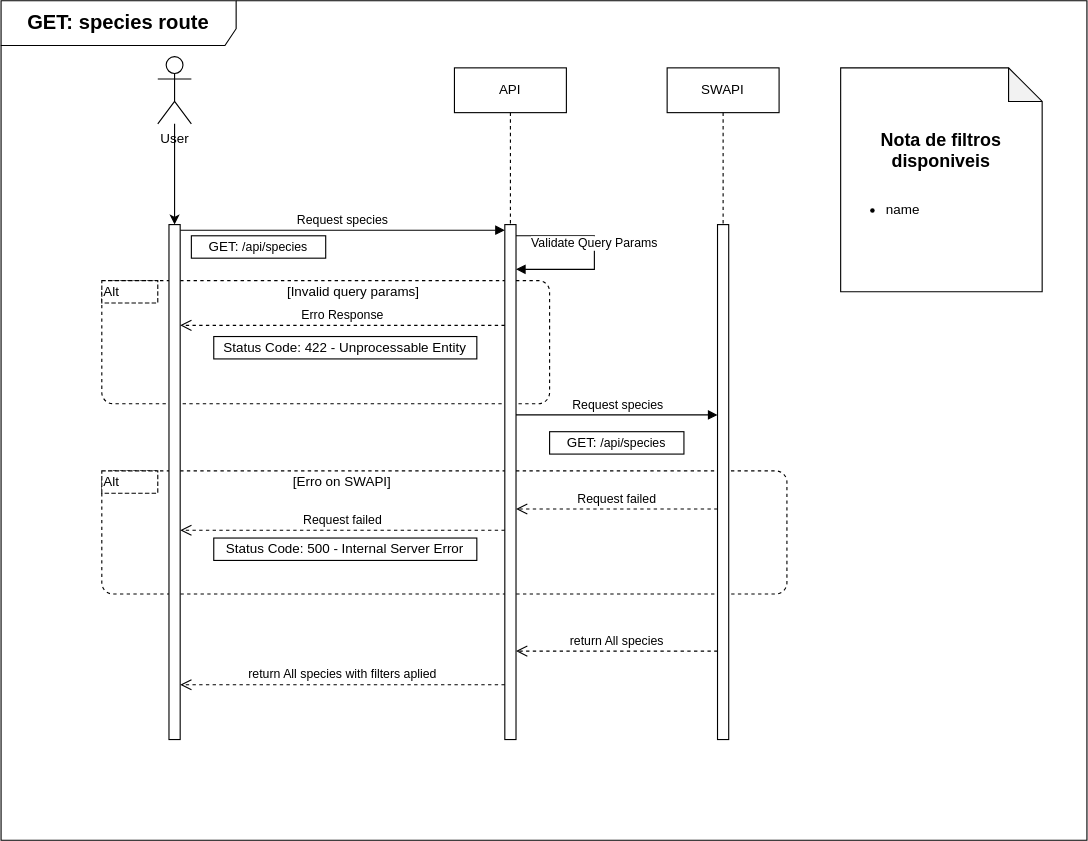
Above: docs/diagrams/Diagrama de rotas species.svg in KhovetS2/starwars-api (draw.io), before the change. Source tidied: cells renumbered, new cells last; positions are measured from the earlier drawing's top-left corner, leaving out a move shared by most shapes. Its diagram source:
```xml
<mxGraphModel>
  <root>
    <mxCell id="0" />
    <mxCell id="1" parent="0" />
    <mxCell id="2" style="html=1;align=center;verticalAlign=top;rounded=1;absoluteArcSize=1;arcSize=20;dashed=1;whiteSpace=wrap;fillColor=none;" parent="1" vertex="1">
      <mxGeometry x="90" y="420" width="612" height="110" as="geometry" />
    </mxCell>
    <mxCell id="3" style="html=1;align=center;verticalAlign=top;rounded=1;absoluteArcSize=1;arcSize=20;dashed=1;whiteSpace=wrap;fillColor=none;" parent="1" vertex="1">
      <mxGeometry x="90" y="250" width="400" height="110" as="geometry" />
    </mxCell>
    <mxCell id="4" style="html=1;points=[[0,0,0,0,5],[0,1,0,0,-5],[1,0,0,0,5],[1,1,0,0,-5]];perimeter=orthogonalPerimeter;outlineConnect=0;targetShapes=umlLifeline;portConstraint=eastwest;newEdgeStyle={&quot;curved&quot;:0,&quot;rounded&quot;:0};" parent="1" vertex="1">
      <mxGeometry x="450" y="200" width="10" height="460" as="geometry" />
    </mxCell>
    <mxCell id="5" value="Request species" style="html=1;verticalAlign=bottom;endArrow=block;curved=0;rounded=0;entryX=0;entryY=0;entryDx=0;entryDy=5;" parent="1" edge="1" source="14" target="4">
      <mxGeometry relative="1" as="geometry" />
    </mxCell>
    <mxCell id="6" value="return All species&amp;nbsp;with filters aplied" style="html=1;verticalAlign=bottom;endArrow=open;dashed=1;endSize=8;curved=0;rounded=0;" parent="1" edge="1">
      <mxGeometry relative="1" as="geometry">
        <mxPoint x="450" y="611" as="sourcePoint" />
        <mxPoint x="160" y="611" as="targetPoint" />
      </mxGeometry>
    </mxCell>
    <mxCell id="7" style="html=1;perimeter=orthogonalPerimeter;targetShapes=umlLifeline;newEdgeStyle={&quot;curved&quot;:0,&quot;rounded&quot;:0};" parent="1" vertex="1">
      <mxGeometry x="640" y="200" width="10" height="460" as="geometry" />
    </mxCell>
    <mxCell id="8" value="Request species" style="html=1;verticalAlign=bottom;endArrow=block;curved=0;rounded=0;" parent="1" edge="1">
      <mxGeometry x="0.01" relative="1" as="geometry">
        <mxPoint x="460" y="370" as="sourcePoint" />
        <mxPoint x="640" y="370" as="targetPoint" />
      </mxGeometry>
    </mxCell>
    <mxCell id="9" value="return All species" style="html=1;verticalAlign=bottom;endArrow=open;dashed=1;endSize=8;curved=0;rounded=0;" parent="1" edge="1">
      <mxGeometry relative="1" as="geometry">
        <mxPoint x="640" y="581" as="sourcePoint" />
        <mxPoint x="460" y="581" as="targetPoint" />
      </mxGeometry>
    </mxCell>
    <mxCell id="10" value="API" style="shape=umlLifeline;perimeter=lifelinePerimeter;whiteSpace=wrap;html=1;newEdgeStyle={&quot;curved&quot;:0,&quot;rounded&quot;:0};" parent="1" vertex="1">
      <mxGeometry x="405" y="60" width="100" height="140" as="geometry" />
    </mxCell>
    <mxCell id="11" value="SWAPI" style="shape=umlLifeline;perimeter=lifelinePerimeter;whiteSpace=wrap;html=1;newEdgeStyle={&quot;curved&quot;:0,&quot;rounded&quot;:0};" parent="1" vertex="1">
      <mxGeometry x="595" y="60" width="100" height="140" as="geometry" />
    </mxCell>
    <mxCell id="12" style="edgeStyle=orthogonalEdgeStyle;rounded=0;jettySize=auto;html=1;" parent="1" edge="1" source="13" target="14">
      <mxGeometry relative="1" as="geometry">
        <Array as="points">
          <mxPoint x="160" y="80" />
          <mxPoint x="160" y="405" />
        </Array>
      </mxGeometry>
    </mxCell>
    <mxCell id="13" value="User&lt;div&gt;&lt;br&gt;&lt;/div&gt;" style="shape=umlActor;verticalLabelPosition=bottom;verticalAlign=top;html=1;" parent="1" vertex="1">
      <mxGeometry x="140" y="50" width="30" height="60" as="geometry" />
    </mxCell>
    <mxCell id="14" style="html=1;points=[[0,0,0,0,5],[0,1,0,0,-5],[1,0,0,0,5],[1,1,0,0,-5]];perimeter=orthogonalPerimeter;outlineConnect=0;targetShapes=umlLifeline;portConstraint=eastwest;newEdgeStyle={&quot;curved&quot;:0,&quot;rounded&quot;:0};" parent="1" vertex="1">
      <mxGeometry x="150" y="200" width="10" height="460" as="geometry" />
    </mxCell>
    <mxCell id="15" value="GET:&amp;nbsp;&lt;span style=&quot;font-size: 11px; text-wrap-mode: nowrap;&quot;&gt;/api/&lt;/span&gt;&lt;font style=&quot;font-size: 11px;&quot;&gt;species&lt;/font&gt;" style="rounded=0;whiteSpace=wrap;html=1;" parent="1" vertex="1">
      <mxGeometry x="170" y="210" width="120" height="20" as="geometry" />
    </mxCell>
    <mxCell id="16" value="GET:&amp;nbsp;&lt;span style=&quot;font-size: 11px; text-wrap-mode: nowrap;&quot;&gt;/api/&lt;/span&gt;&lt;font style=&quot;font-size: 11px;&quot;&gt;species&lt;/font&gt;" style="rounded=0;whiteSpace=wrap;html=1;" parent="1" vertex="1">
      <mxGeometry x="490" y="385" width="120" height="20" as="geometry" />
    </mxCell>
    <mxCell id="17" value="Alt" style="shape=partialRectangle;html=1;top=1;align=left;dashed=1;" parent="1" vertex="1">
      <mxGeometry x="90" y="250" width="50" height="20" as="geometry" />
    </mxCell>
    <mxCell id="18" value="Alt" style="shape=partialRectangle;html=1;top=1;align=left;dashed=1;" parent="1" vertex="1">
      <mxGeometry x="90" y="420" width="50" height="20" as="geometry" />
    </mxCell>
    <mxCell id="19" value="Status Code: 422 - Unprocessable Entity" style="rounded=0;whiteSpace=wrap;html=1;" parent="1" vertex="1">
      <mxGeometry x="190" y="300" width="235" height="20" as="geometry" />
    </mxCell>
    <mxCell id="20" value="[Invalid query params]" style="text;html=1;whiteSpace=wrap;strokeColor=none;fillColor=none;align=center;verticalAlign=middle;rounded=0;" parent="1" vertex="1">
      <mxGeometry x="250" y="250" width="130" height="20" as="geometry" />
    </mxCell>
    <mxCell id="21" value="Status Code: 500 - Internal Server Error" style="rounded=0;whiteSpace=wrap;html=1;" parent="1" vertex="1">
      <mxGeometry x="190" y="480" width="235" height="20" as="geometry" />
    </mxCell>
    <mxCell id="22" value="[Erro on SWAPI]" style="text;html=1;whiteSpace=wrap;strokeColor=none;fillColor=none;align=center;verticalAlign=middle;rounded=0;" parent="1" vertex="1">
      <mxGeometry x="260" y="420" width="90" height="20" as="geometry" />
    </mxCell>
    <mxCell id="23" value="&lt;font style=&quot;font-size: 16px;&quot;&gt;&lt;b&gt;Nota de filtros disponiveis&lt;/b&gt;&lt;/font&gt;&lt;div&gt;&lt;br&gt;&lt;/div&gt;&lt;div&gt;&lt;ul&gt;&lt;li style=&quot;text-align: left;&quot;&gt;name&lt;/li&gt;&lt;/ul&gt;&lt;/div&gt;" style="shape=note;whiteSpace=wrap;html=1;backgroundOutline=1;darkOpacity=0.05;" parent="1" vertex="1">
      <mxGeometry x="750" y="60" width="180" height="200" as="geometry" />
    </mxCell>
    <mxCell id="24" value="&lt;b&gt;&lt;font style=&quot;font-size: 18px;&quot;&gt;GET:&amp;nbsp;&lt;/font&gt;&lt;font style=&quot;font-size: 18px;&quot;&gt;species&lt;/font&gt;&lt;font style=&quot;font-size: 18px;&quot;&gt;&amp;nbsp;route&lt;/font&gt;&lt;/b&gt;" style="shape=umlFrame;whiteSpace=wrap;html=1;width=210;height=40;" parent="1" vertex="1">
      <mxGeometry width="970" height="750" as="geometry" />
    </mxCell>
    <mxCell id="25" value="Request failed" style="html=1;verticalAlign=bottom;endArrow=open;dashed=1;endSize=8;curved=0;rounded=0;" parent="1" edge="1">
      <mxGeometry relative="1" as="geometry">
        <mxPoint x="640" y="454" as="sourcePoint" />
        <mxPoint x="460" y="454" as="targetPoint" />
      </mxGeometry>
    </mxCell>
    <mxCell id="26" value="Validate Query Params" style="html=1;verticalAlign=bottom;endArrow=block;curved=0;rounded=0;" parent="1" edge="1">
      <mxGeometry x="0.01" relative="1" as="geometry">
        <mxPoint x="460" y="210" as="sourcePoint" />
        <mxPoint x="460" y="240" as="targetPoint" />
        <Array as="points">
          <mxPoint x="530" y="210" />
          <mxPoint x="530" y="240" />
        </Array>
      </mxGeometry>
    </mxCell>
    <mxCell id="27" value="Request failed" style="html=1;verticalAlign=bottom;endArrow=open;dashed=1;endSize=8;curved=0;rounded=0;" parent="1" edge="1">
      <mxGeometry relative="1" as="geometry">
        <mxPoint x="450" y="473" as="sourcePoint" />
        <mxPoint x="160" y="473" as="targetPoint" />
      </mxGeometry>
    </mxCell>
    <mxCell id="28" value="Erro Response" style="html=1;verticalAlign=bottom;endArrow=open;dashed=1;endSize=8;curved=0;rounded=0;" parent="1" edge="1">
      <mxGeometry relative="1" as="geometry">
        <mxPoint x="450" y="290" as="sourcePoint" />
        <mxPoint x="160" y="290" as="targetPoint" />
      </mxGeometry>
    </mxCell>
  </root>
</mxGraphModel>
```
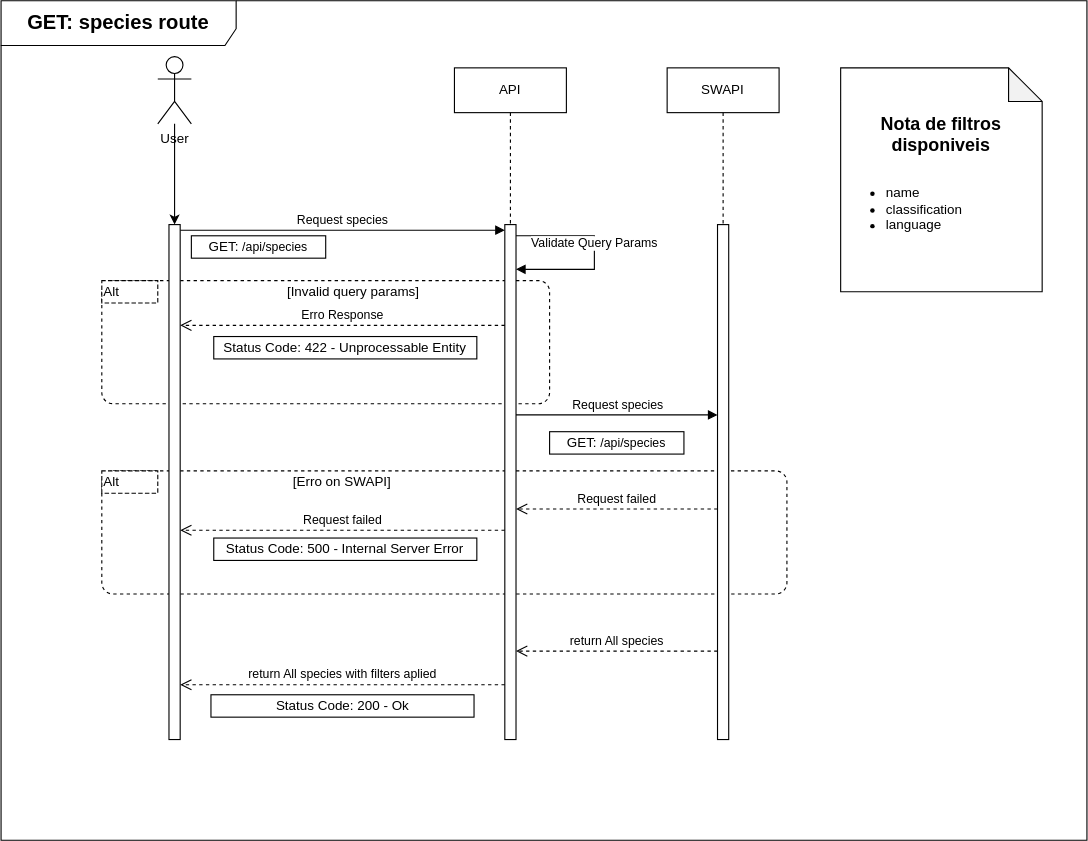
The same file after the commit.

Diff of the diagram source:
```diff
@@ -79,7 +79,7 @@
     <mxCell id="22" value="[Erro on SWAPI]" style="text;html=1;whiteSpace=wrap;strokeColor=none;fillColor=none;align=center;verticalAlign=middle;rounded=0;" parent="1" vertex="1">
       <mxGeometry x="260" y="420" width="90" height="20" as="geometry" />
     </mxCell>
-    <mxCell id="23" value="&lt;font style=&quot;font-size: 16px;&quot;&gt;&lt;b&gt;Nota de filtros disponiveis&lt;/b&gt;&lt;/font&gt;&lt;div&gt;&lt;br&gt;&lt;/div&gt;&lt;div&gt;&lt;ul&gt;&lt;li style=&quot;text-align: left;&quot;&gt;name&lt;/li&gt;&lt;/ul&gt;&lt;/div&gt;" style="shape=note;whiteSpace=wrap;html=1;backgroundOutline=1;darkOpacity=0.05;" parent="1" vertex="1">
+    <mxCell id="23" value="&lt;font style=&quot;font-size: 16px;&quot;&gt;&lt;b&gt;Nota de filtros disponiveis&lt;/b&gt;&lt;/font&gt;&lt;div&gt;&lt;br&gt;&lt;/div&gt;&lt;div&gt;&lt;ul&gt;&lt;li style=&quot;text-align: left;&quot;&gt;name&lt;/li&gt;&lt;li style=&quot;text-align: left;&quot;&gt;classification&lt;/li&gt;&lt;li style=&quot;text-align: left;&quot;&gt;language&lt;/li&gt;&lt;/ul&gt;&lt;/div&gt;" style="shape=note;whiteSpace=wrap;html=1;backgroundOutline=1;darkOpacity=0.05;" parent="1" vertex="1">
       <mxGeometry x="750" y="60" width="180" height="200" as="geometry" />
     </mxCell>
     <mxCell id="24" value="&lt;b&gt;&lt;font style=&quot;font-size: 18px;&quot;&gt;GET:&amp;nbsp;&lt;/font&gt;&lt;font style=&quot;font-size: 18px;&quot;&gt;species&lt;/font&gt;&lt;font style=&quot;font-size: 18px;&quot;&gt;&amp;nbsp;route&lt;/font&gt;&lt;/b&gt;" style="shape=umlFrame;whiteSpace=wrap;html=1;width=210;height=40;" parent="1" vertex="1">
@@ -113,5 +113,8 @@
         <mxPoint x="160" y="290" as="targetPoint" />
       </mxGeometry>
     </mxCell>
+    <mxCell id="29" value="Status Code: 200 - Ok" style="rounded=0;whiteSpace=wrap;html=1;" parent="1" vertex="1">
+      <mxGeometry x="187.5" y="620" width="235" height="20" as="geometry" />
+    </mxCell>
   </root>
 </mxGraphModel>
```
